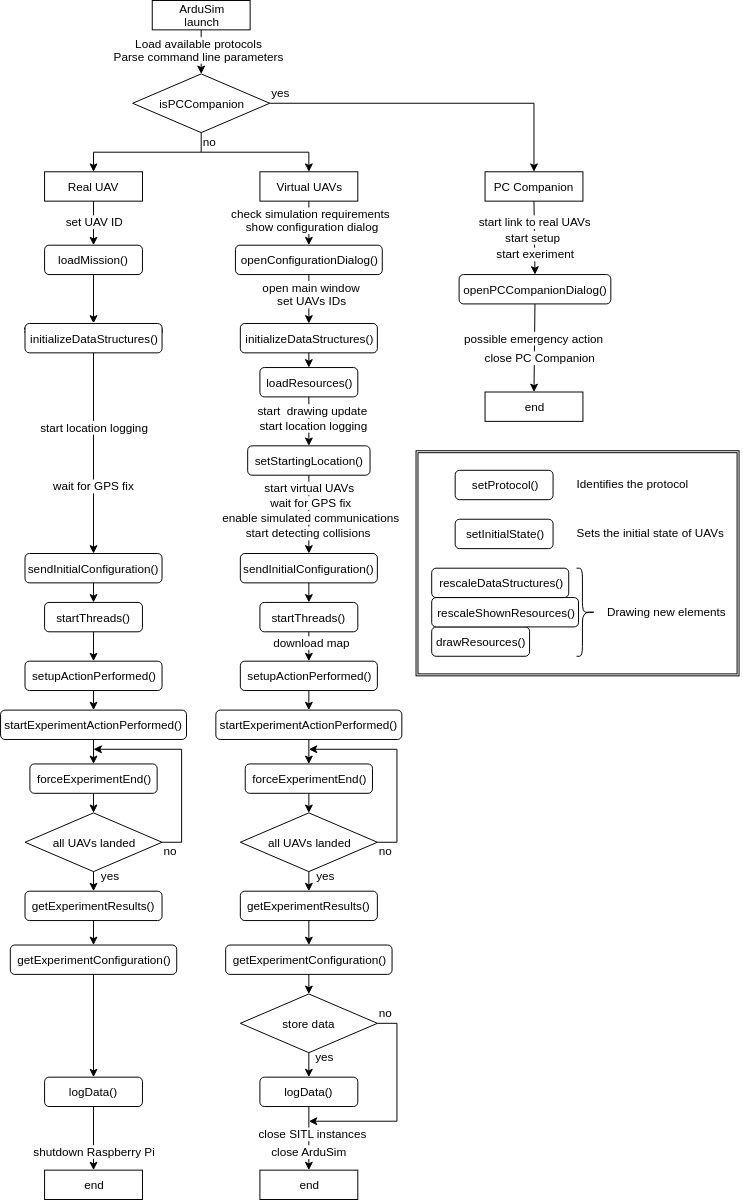
Earlier version of the draw.io export help/ArduSimworkflow.svg (GRCDEV/ArduSim). Source tidied: cells renumbered, new cells last; positions are measured from the earlier drawing's top-left corner, leaving out a move shared by most shapes.
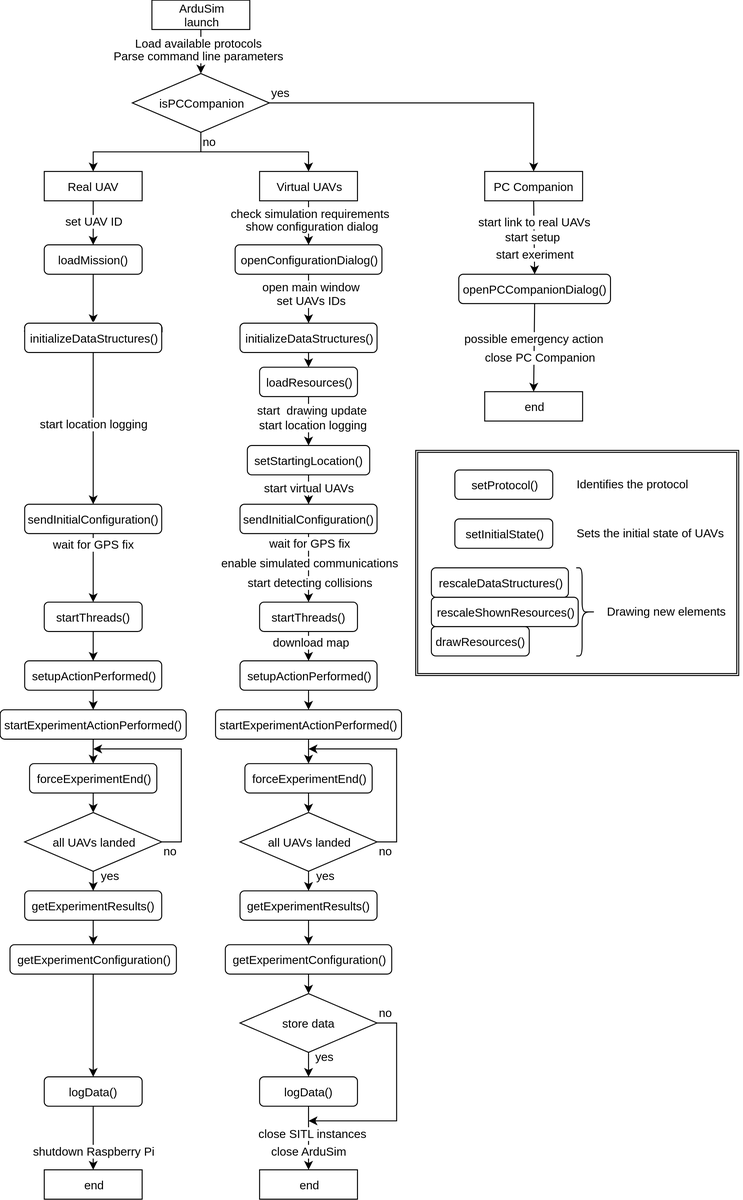
After the change.

What changed in the source:
```diff
@@ -91,7 +91,7 @@
       <mxGeometry x="265" y="615" width="100" height="30" as="geometry" />
     </mxCell>
     <mxCell id="26" value="sendInitialConfiguration()&lt;br&gt;" style="rounded=1;whiteSpace=wrap;html=1;" parent="1" vertex="1">
-      <mxGeometry x="25" y="565" width="140" height="30" as="geometry" />
+      <mxGeometry x="25" y="515" width="140" height="30" as="geometry" />
     </mxCell>
     <mxCell id="27" value="setStartingLocation()&lt;br&gt;" style="rounded=1;whiteSpace=wrap;html=1;" parent="1" vertex="1">
       <mxGeometry x="252.5" y="455" width="125" height="30" as="geometry" />
@@ -174,39 +174,19 @@
     </mxCell>
     <mxCell id="48" value="start location logging" style="text;html=1;align=center;verticalAlign=middle;labelBackgroundColor=#ffffff;" parent="47" vertex="1">
       <mxGeometry x="-0.49" y="2" relative="1" as="geometry">
-        <mxPoint x="-2" y="22" as="offset" />
+        <mxPoint x="-2" y="32" as="offset" />
       </mxGeometry>
     </mxCell>
-    <mxCell id="49" value="wait for GPS fix" style="text;html=1;align=center;verticalAlign=middle;labelBackgroundColor=#ffffff;" parent="47" vertex="1">
-      <mxGeometry x="0.65" y="2" relative="1" as="geometry">
-        <mxPoint x="-2" y="-34" as="offset" />
-      </mxGeometry>
-    </mxCell>
     <mxCell id="50" style="endArrow=classic;html=1;rounded=0;exitX=0.5;exitY=1;entryX=0.5;entryY=0;" parent="1" edge="1" source="27" target="55">
       <mxGeometry relative="1" as="geometry" />
     </mxCell>
-    <mxCell id="51" value="wait for GPS fix" style="text;html=1;align=center;verticalAlign=middle;labelBackgroundColor=#ffffff;" parent="50" vertex="1">
-      <mxGeometry x="-0.68" y="2" relative="1" as="geometry">
-        <mxPoint y="14" as="offset" />
-      </mxGeometry>
-    </mxCell>
     <mxCell id="52" value="start virtual UAVs" style="text;html=1;align=center;verticalAlign=middle;labelBackgroundColor=#ffffff;" parent="50" vertex="1">
       <mxGeometry x="0.37" y="1" relative="1" as="geometry">
-        <mxPoint x="-1" y="-43" as="offset" />
+        <mxPoint x="-1" y="-8.5" as="offset" />
       </mxGeometry>
     </mxCell>
-    <mxCell id="53" value="start detecting collisions" style="text;html=1;align=center;verticalAlign=middle;labelBackgroundColor=#ffffff;" parent="50" vertex="1">
-      <mxGeometry x="0.58" y="-1" relative="1" as="geometry">
-        <mxPoint y="-5" as="offset" />
-      </mxGeometry>
-    </mxCell>
-    <mxCell id="54" value="enable simulated communications" style="text;html=1;align=center;verticalAlign=middle;labelBackgroundColor=#ffffff;" parent="50" vertex="1">
-      <mxGeometry x="0.33" y="2" relative="1" as="geometry">
-        <mxPoint y="-11" as="offset" />
-      </mxGeometry>
-    </mxCell>
     <mxCell id="55" value="sendInitialConfiguration()&lt;br&gt;" style="rounded=1;whiteSpace=wrap;html=1;" parent="1" vertex="1">
-      <mxGeometry x="245" y="565" width="140" height="30" as="geometry" />
+      <mxGeometry x="245" y="515" width="140" height="30" as="geometry" />
     </mxCell>
     <mxCell id="56" value="startThreads()&lt;br&gt;" style="rounded=1;whiteSpace=wrap;html=1;" parent="1" vertex="1">
       <mxGeometry x="45" y="615" width="100" height="30" as="geometry" />
@@ -214,9 +194,25 @@
     <mxCell id="57" style="endArrow=classic;html=1;rounded=0;exitX=0.5;exitY=1;entryX=0.5;entryY=0;" parent="1" edge="1" source="26" target="56">
       <mxGeometry relative="1" as="geometry" />
     </mxCell>
+    <mxCell id="115" value="wait for GPS fix" style="text;html=1;align=center;verticalAlign=middle;labelBackgroundColor=#ffffff;" parent="57" vertex="1">
+      <mxGeometry x="-0.59" relative="1" as="geometry">
+        <mxPoint y="-4" as="offset" />
+      </mxGeometry>
+    </mxCell>
     <mxCell id="58" style="endArrow=classic;html=1;rounded=0;exitX=0.5;exitY=1;entryX=0.5;entryY=0;" parent="1" edge="1" source="55" target="25">
       <mxGeometry relative="1" as="geometry" />
     </mxCell>
+    <mxCell id="53" value="start detecting collisions" style="text;html=1;align=center;verticalAlign=middle;labelBackgroundColor=#ffffff;" parent="58" vertex="1">
+      <mxGeometry x="0.41" y="1" relative="1" as="geometry" />
+    </mxCell>
+    <mxCell id="116" value="wait for GPS fix" style="text;html=1;align=center;verticalAlign=middle;labelBackgroundColor=#ffffff;" parent="58" vertex="1">
+      <mxGeometry x="-0.74" y="1" relative="1" as="geometry" />
+    </mxCell>
+    <mxCell id="54" value="enable simulated communications" style="text;html=1;align=center;verticalAlign=middle;labelBackgroundColor=#ffffff;" parent="58" vertex="1">
+      <mxGeometry x="-0.2" y="1" relative="1" as="geometry">
+        <mxPoint y="1" as="offset" />
+      </mxGeometry>
+    </mxCell>
     <mxCell id="59" value="setupActionPerformed()&lt;br&gt;" style="rounded=1;whiteSpace=wrap;html=1;" parent="1" vertex="1">
       <mxGeometry x="245" y="675" width="140" height="30" as="geometry" />
     </mxCell>
```
